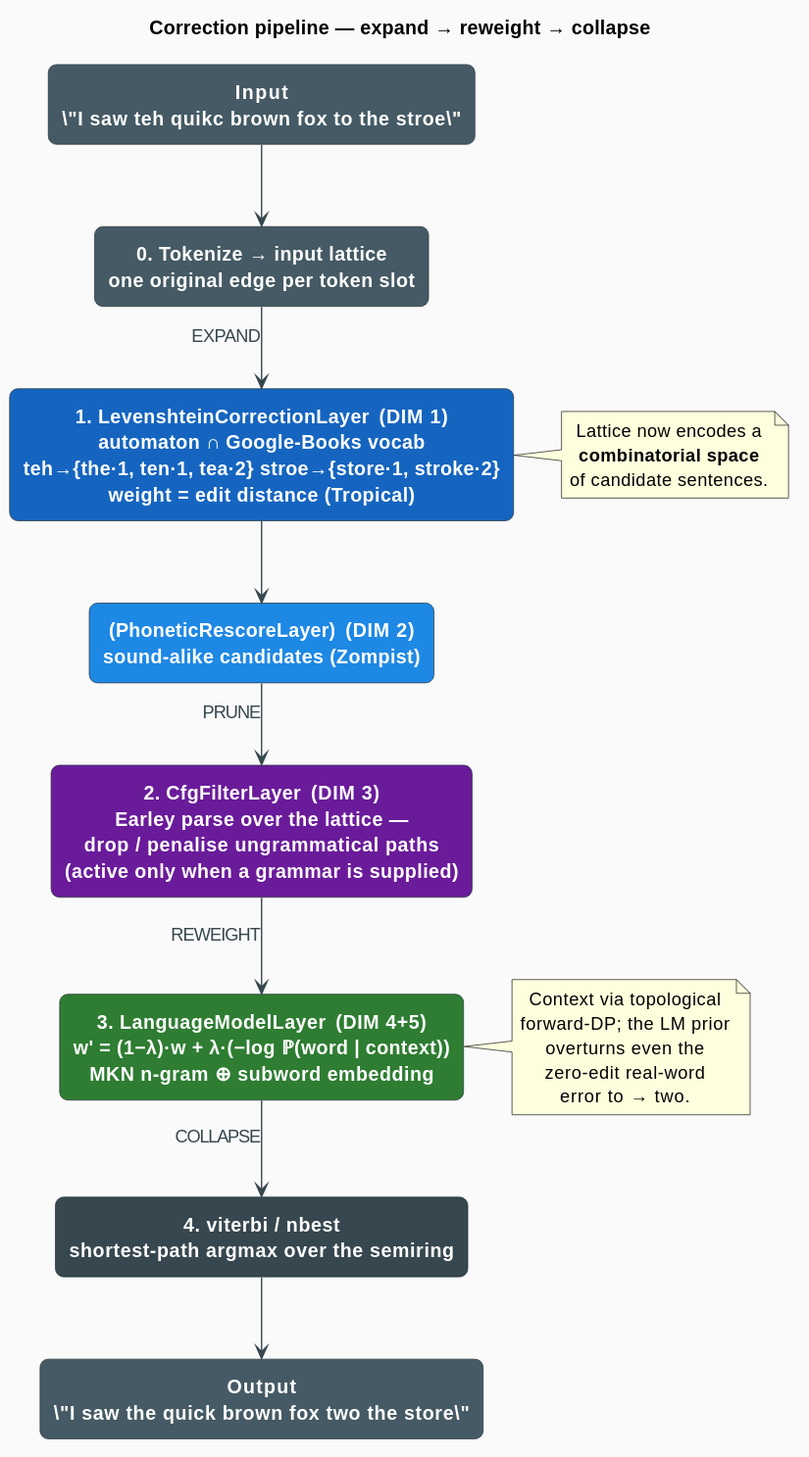
vinary-tree/libgrammstein keeps this PlantUML diagram as docs/diagrams/correction-pipeline.svg. Above is the earlier version.
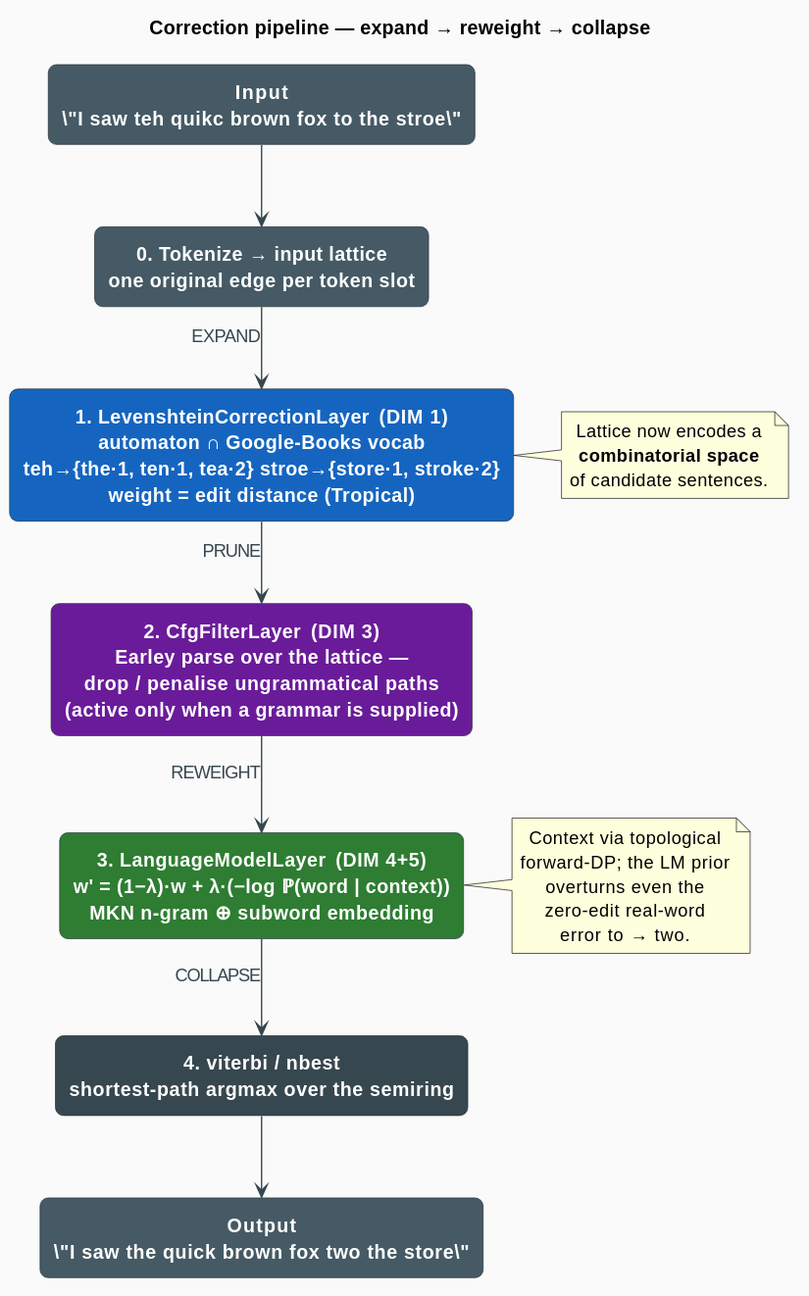
Above is the later version.

The edit, as a diff of the source:
```diff
@@ -17,7 +17,6 @@
 rectangle "**0. Tokenize → input lattice**\none original edge per token slot" as tok #455A64
 
 rectangle "**1. LevenshteinCorrectionLayer**  (DIM 1)\nautomaton ∩ Google-Books vocab\nteh→{the·1, ten·1, tea·2}  stroe→{store·1, stroke·2}\nweight = edit distance (Tropical)" as spell #1565C0
-rectangle "**(PhoneticRescoreLayer)**  (DIM 2)\nsound-alike candidates (Zompist)" as phon #1E88E5
 
 rectangle "**2. CfgFilterLayer**  (DIM 3)\nEarley parse over the lattice —\ndrop / penalise ungrammatical paths\n(active only when a grammar is supplied)" as cfg #6A1B9A
 
@@ -28,8 +27,7 @@
 
 in --> tok
 tok --> spell : EXPAND
-spell --> phon
-phon --> cfg : PRUNE
+spell --> cfg : PRUNE
 cfg --> lm : REWEIGHT
 lm --> dec : COLLAPSE
 dec --> out
```
